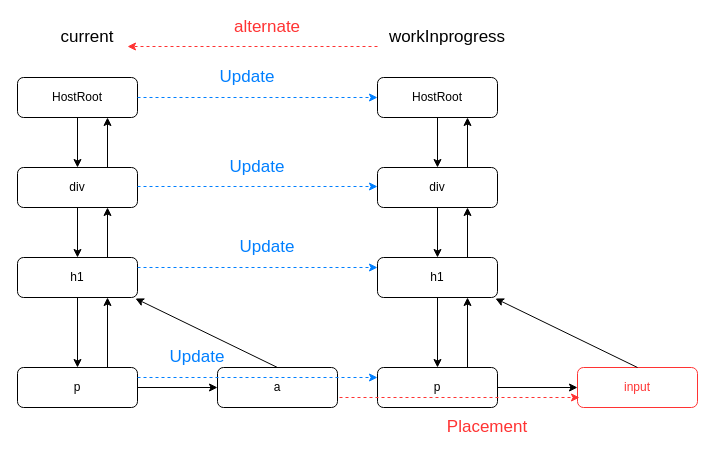
Earlier version of the draw.io diagram react.drawio (happycodejs2/react-source). Source tidied: cells renumbered, new cells numbered last; positions are measured from the earlier drawing's top-left corner, leaving out a move shared by most shapes. Both pictures are drawn from the tidied source at 100%, with x=0, y=0 at pixel (17, 17).
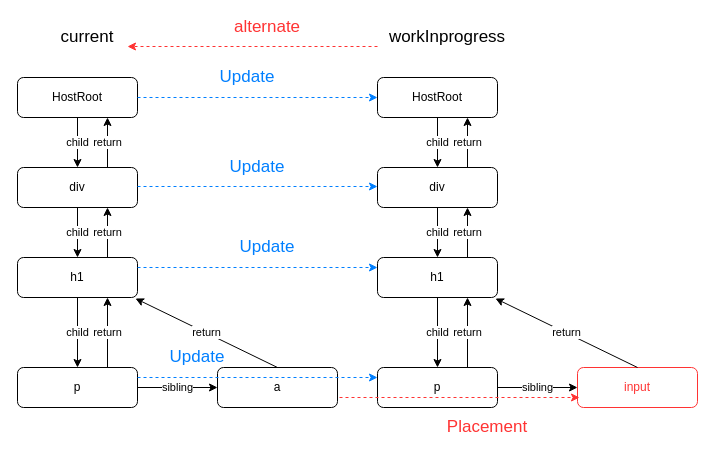
The same page after the edit.

The change refers to these unchanged cells:
```xml
<mxCell id="3" value="HostRoot" style="rounded=1;whiteSpace=wrap;html=1;" parent="1" vertex="1">
  <mxGeometry y="60" width="120" height="40" as="geometry" />
</mxCell>
<mxCell id="5" value="div" style="rounded=1;whiteSpace=wrap;html=1;" parent="1" vertex="1">
  <mxGeometry y="150" width="120" height="40" as="geometry" />
</mxCell>
<mxCell id="7" value="h1" style="rounded=1;whiteSpace=wrap;html=1;" parent="1" vertex="1">
  <mxGeometry y="240" width="120" height="40" as="geometry" />
</mxCell>
<mxCell id="9" value="p" style="rounded=1;whiteSpace=wrap;html=1;" parent="1" vertex="1">
  <mxGeometry y="350" width="120" height="40" as="geometry" />
</mxCell>
<mxCell id="10" value="a" style="rounded=1;whiteSpace=wrap;html=1;" parent="1" vertex="1">
  <mxGeometry x="200" y="350" width="120" height="40" as="geometry" />
</mxCell>
<mxCell id="17" value="HostRoot" style="rounded=1;whiteSpace=wrap;html=1;" parent="1" vertex="1">
  <mxGeometry x="360" y="60" width="120" height="40" as="geometry" />
</mxCell>
<mxCell id="19" value="div" style="rounded=1;whiteSpace=wrap;html=1;" parent="1" vertex="1">
  <mxGeometry x="360" y="150" width="120" height="40" as="geometry" />
</mxCell>
<mxCell id="21" value="h1" style="rounded=1;whiteSpace=wrap;html=1;" parent="1" vertex="1">
  <mxGeometry x="360" y="240" width="120" height="40" as="geometry" />
</mxCell>
<mxCell id="23" value="p" style="rounded=1;whiteSpace=wrap;html=1;" parent="1" vertex="1">
  <mxGeometry x="360" y="350" width="120" height="40" as="geometry" />
</mxCell>
<mxCell id="24" value="input" style="rounded=1;whiteSpace=wrap;html=1;fontColor=#FF3333;strokeColor=#FF3333;" parent="1" vertex="1">
  <mxGeometry x="560" y="350" width="120" height="40" as="geometry" />
</mxCell>
```

What changed in the source:
```diff
@@
-    <mxCell id="2" style="edgeStyle=orthogonalEdgeStyle;rounded=0;jettySize=auto;html=1;" parent="1" edge="1" source="3" target="5">
+    <mxCell id="2" value="child" style="edgeStyle=orthogonalEdgeStyle;rounded=0;jettySize=auto;html=1;" parent="1" edge="1" source="3" target="5">
       <mxGeometry relative="1" as="geometry" />
     </mxCell>
@@
-    <mxCell id="4" style="edgeStyle=orthogonalEdgeStyle;rounded=0;jettySize=auto;html=1;" parent="1" edge="1" source="5" target="7">
+    <mxCell id="4" value="child" style="edgeStyle=orthogonalEdgeStyle;rounded=0;jettySize=auto;html=1;" parent="1" edge="1" source="5" target="7">
       <mxGeometry relative="1" as="geometry" />
     </mxCell>
@@
-    <mxCell id="6" style="edgeStyle=orthogonalEdgeStyle;rounded=0;jettySize=auto;html=1;" parent="1" edge="1" source="7" target="9">
+    <mxCell id="6" value="child" style="edgeStyle=orthogonalEdgeStyle;rounded=0;jettySize=auto;html=1;" parent="1" edge="1" source="7" target="9">
       <mxGeometry relative="1" as="geometry" />
     </mxCell>
@@
-    <mxCell id="8" style="edgeStyle=orthogonalEdgeStyle;rounded=0;jettySize=auto;html=1;" parent="1" edge="1" source="9" target="10">
+    <mxCell id="8" value="sibling" style="edgeStyle=orthogonalEdgeStyle;rounded=0;jettySize=auto;html=1;" parent="1" edge="1" source="9" target="10">
       <mxGeometry relative="1" as="geometry" />
     </mxCell>
@@
-    <mxCell id="11" style="endArrow=classic;html=1;entryX=0.75;entryY=1;entryDx=0;entryDy=0;exitX=0.75;exitY=0;exitDx=0;exitDy=0;" parent="1" edge="1" source="5" target="3">
+    <mxCell id="11" value="return" style="endArrow=classic;html=1;entryX=0.75;entryY=1;entryDx=0;entryDy=0;exitX=0.75;exitY=0;exitDx=0;exitDy=0;" parent="1" edge="1" source="5" target="3">
       <mxGeometry relative="1" as="geometry" />
     </mxCell>
-    <mxCell id="12" style="endArrow=classic;html=1;entryX=0.75;entryY=1;entryDx=0;entryDy=0;exitX=0.75;exitY=0;exitDx=0;exitDy=0;" parent="1" edge="1" source="7" target="5">
+    <mxCell id="12" value="return" style="endArrow=classic;html=1;entryX=0.75;entryY=1;entryDx=0;entryDy=0;exitX=0.75;exitY=0;exitDx=0;exitDy=0;" parent="1" edge="1" source="7" target="5">
       <mxGeometry relative="1" as="geometry" />
     </mxCell>
-    <mxCell id="13" style="endArrow=classic;html=1;entryX=0.75;entryY=1;entryDx=0;entryDy=0;exitX=0.75;exitY=0;exitDx=0;exitDy=0;" parent="1" edge="1" source="9" target="7">
+    <mxCell id="13" value="return" style="endArrow=classic;html=1;entryX=0.75;entryY=1;entryDx=0;entryDy=0;exitX=0.75;exitY=0;exitDx=0;exitDy=0;" parent="1" edge="1" source="9" target="7">
       <mxGeometry relative="1" as="geometry" />
     </mxCell>
-    <mxCell id="14" style="endArrow=classic;html=1;entryX=0.983;entryY=1.025;entryDx=0;entryDy=0;entryPerimeter=0;" parent="1" edge="1" target="7">
+    <mxCell id="14" value="return" style="endArrow=classic;html=1;entryX=0.983;entryY=1.025;entryDx=0;entryDy=0;entryPerimeter=0;" parent="1" edge="1" target="7">
       <mxGeometry relative="1" as="geometry">
         <mxPoint x="260" y="350" as="sourcePoint" />
       </mxGeometry>
     </mxCell>
@@
-    <mxCell id="16" style="edgeStyle=orthogonalEdgeStyle;rounded=0;jettySize=auto;html=1;" parent="1" edge="1" source="17" target="19">
+    <mxCell id="16" value="child" style="edgeStyle=orthogonalEdgeStyle;rounded=0;jettySize=auto;html=1;" parent="1" edge="1" source="17" target="19">
       <mxGeometry relative="1" as="geometry" />
     </mxCell>
@@
-    <mxCell id="18" style="edgeStyle=orthogonalEdgeStyle;rounded=0;jettySize=auto;html=1;" parent="1" edge="1" source="19" target="21">
+    <mxCell id="18" value="child" style="edgeStyle=orthogonalEdgeStyle;rounded=0;jettySize=auto;html=1;" parent="1" edge="1" source="19" target="21">
       <mxGeometry relative="1" as="geometry" />
     </mxCell>
@@
-    <mxCell id="20" style="edgeStyle=orthogonalEdgeStyle;rounded=0;jettySize=auto;html=1;" parent="1" edge="1" source="21" target="23">
+    <mxCell id="20" value="child" style="edgeStyle=orthogonalEdgeStyle;rounded=0;jettySize=auto;html=1;" parent="1" edge="1" source="21" target="23">
       <mxGeometry relative="1" as="geometry" />
     </mxCell>
@@
-    <mxCell id="22" style="edgeStyle=orthogonalEdgeStyle;rounded=0;jettySize=auto;html=1;" parent="1" edge="1" source="23" target="24">
+    <mxCell id="22" value="sibling" style="edgeStyle=orthogonalEdgeStyle;rounded=0;jettySize=auto;html=1;" parent="1" edge="1" source="23" target="24">
       <mxGeometry relative="1" as="geometry" />
     </mxCell>
@@
-    <mxCell id="25" style="endArrow=classic;html=1;entryX=0.75;entryY=1;entryDx=0;entryDy=0;exitX=0.75;exitY=0;exitDx=0;exitDy=0;" parent="1" edge="1" source="19" target="17">
+    <mxCell id="25" value="return" style="endArrow=classic;html=1;entryX=0.75;entryY=1;entryDx=0;entryDy=0;exitX=0.75;exitY=0;exitDx=0;exitDy=0;" parent="1" edge="1" source="19" target="17">
       <mxGeometry relative="1" as="geometry" />
     </mxCell>
-    <mxCell id="26" style="endArrow=classic;html=1;entryX=0.75;entryY=1;entryDx=0;entryDy=0;exitX=0.75;exitY=0;exitDx=0;exitDy=0;" parent="1" edge="1" source="21" target="19">
+    <mxCell id="26" value="return" style="endArrow=classic;html=1;entryX=0.75;entryY=1;entryDx=0;entryDy=0;exitX=0.75;exitY=0;exitDx=0;exitDy=0;" parent="1" edge="1" source="21" target="19">
       <mxGeometry relative="1" as="geometry" />
     </mxCell>
-    <mxCell id="27" style="endArrow=classic;html=1;entryX=0.75;entryY=1;entryDx=0;entryDy=0;exitX=0.75;exitY=0;exitDx=0;exitDy=0;" parent="1" edge="1" source="23" target="21">
+    <mxCell id="27" value="return" style="endArrow=classic;html=1;entryX=0.75;entryY=1;entryDx=0;entryDy=0;exitX=0.75;exitY=0;exitDx=0;exitDy=0;" parent="1" edge="1" source="23" target="21">
       <mxGeometry relative="1" as="geometry" />
     </mxCell>
-    <mxCell id="28" style="endArrow=classic;html=1;entryX=0.983;entryY=1.025;entryDx=0;entryDy=0;entryPerimeter=0;" parent="1" edge="1" target="21">
+    <mxCell id="28" value="return" style="endArrow=classic;html=1;entryX=0.983;entryY=1.025;entryDx=0;entryDy=0;entryPerimeter=0;" parent="1" edge="1" target="21">
       <mxGeometry relative="1" as="geometry">
         <mxPoint x="620" y="350" as="sourcePoint" />
       </mxGeometry>
     </mxCell>
```
